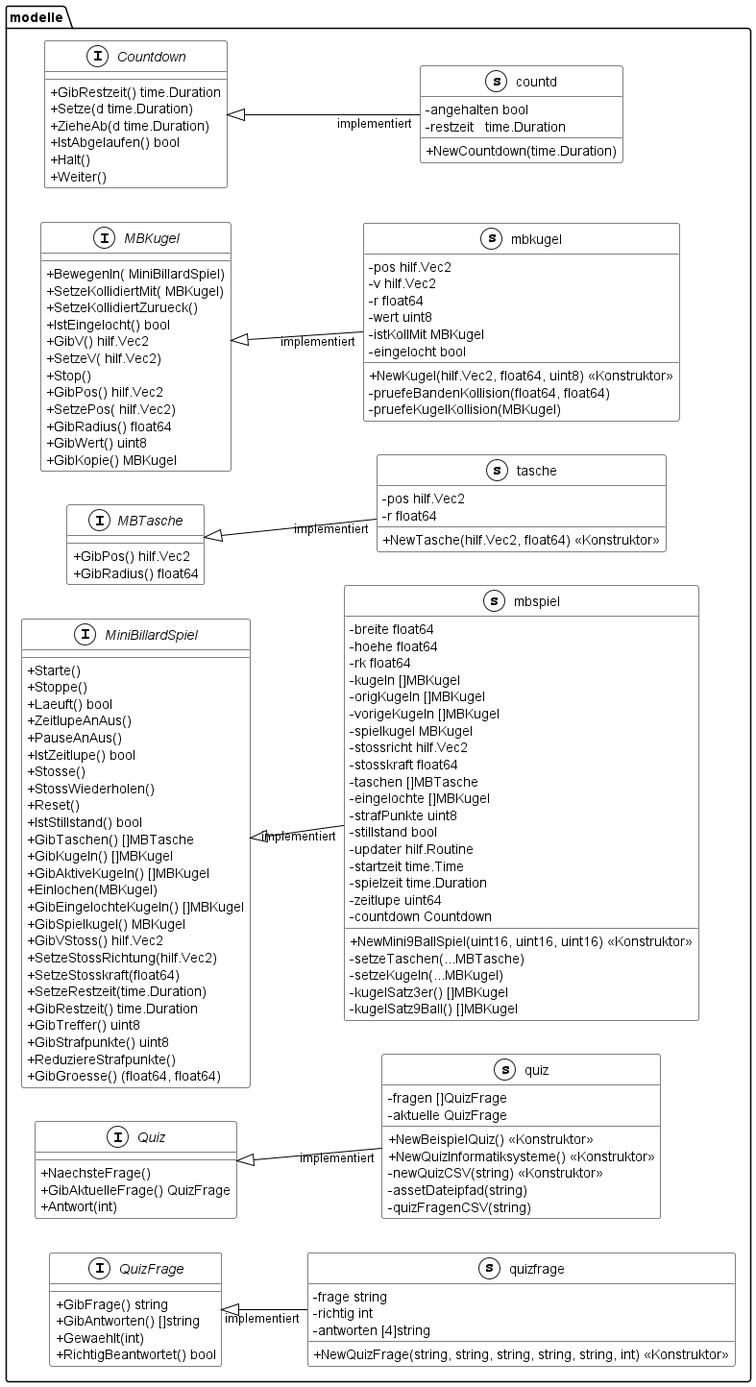
Above: documentation/UML/modelle.png in Fussbroich/lwb-SWP (PlantUML), before the change.
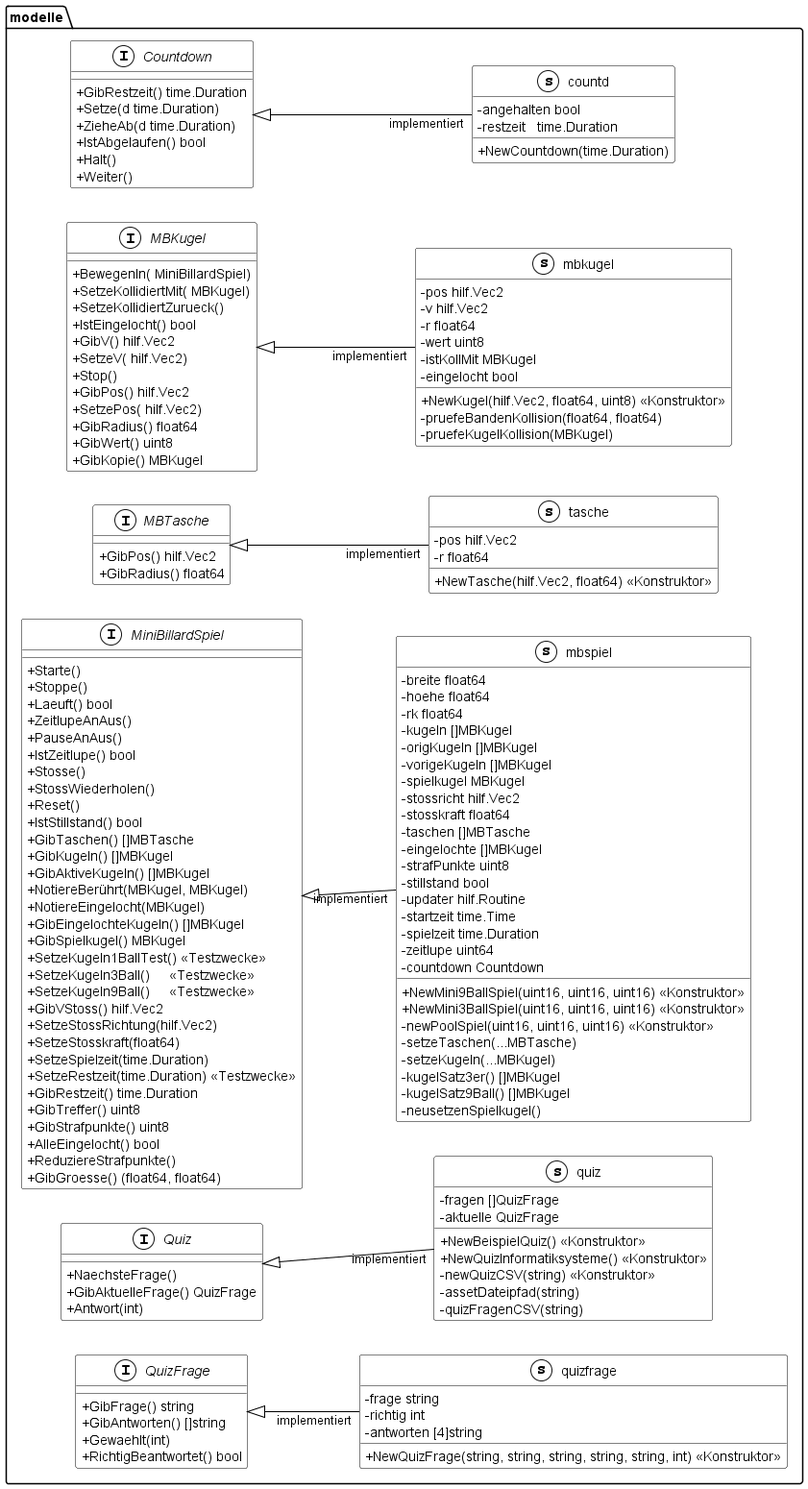
After the change.

The edit, as a diff of the source:
```diff
@@ -51,16 +51,22 @@
         + GibTaschen() []MBTasche
         + GibKugeln() []MBKugel
         + GibAktiveKugeln() []MBKugel
-        + Einlochen(MBKugel)
+        + NotiereBerührt(MBKugel, MBKugel)
+        + NotiereEingelocht(MBKugel)
         + GibEingelochteKugeln() []MBKugel
         + GibSpielkugel() MBKugel
+    	+ SetzeKugeln1BallTest() << Testzwecke >>
+	    + SetzeKugeln3Ball()     << Testzwecke >>
+	    + SetzeKugeln9Ball()     << Testzwecke >>
         + GibVStoss() hilf.Vec2
         + SetzeStossRichtung(hilf.Vec2)
         + SetzeStosskraft(float64)
-        + SetzeRestzeit(time.Duration)
+        + SetzeSpielzeit(time.Duration)
+        + SetzeRestzeit(time.Duration) << Testzwecke >>
         + GibRestzeit() time.Duration
         + GibTreffer() uint8
         + GibStrafpunkte() uint8
+        + AlleEingelocht() bool
         + ReduziereStrafpunkte()
         + GibGroesse() (float64, float64)
     }
@@ -115,10 +121,13 @@
         - countdown Countdown
 
         + NewMini9BallSpiel(uint16, uint16, uint16) << Konstruktor >>
+        + NewMini3BallSpiel(uint16, uint16, uint16) << Konstruktor >>
+        - newPoolSpiel(uint16, uint16, uint16) << Konstruktor >>
         - setzeTaschen(...MBTasche)
         - setzeKugeln(...MBKugel)
         - kugelSatz3er() []MBKugel
         - kugelSatz9Ball() []MBKugel
+        - neusetzenSpielkugel()
     }
     class quiz << (s,White) >> {
         - fragen []QuizFrage
```
